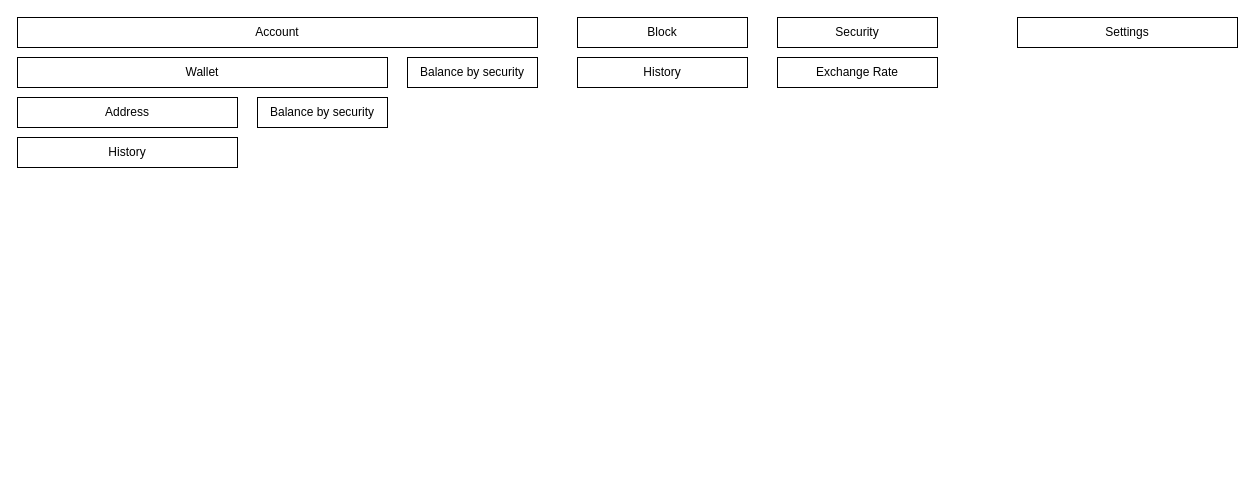
Above: raven_back/docs/diagrams/hierarchy.drawio in moontreeapp/moontree (draw.io), before the change. Source tidied: cells renumbered, new cells numbered last; positions are measured from the earlier drawing's top-left corner, leaving out a move shared by most shapes. Both pictures are drawn from the tidied source at 100%, with x=0, y=0 at pixel (17, 17).
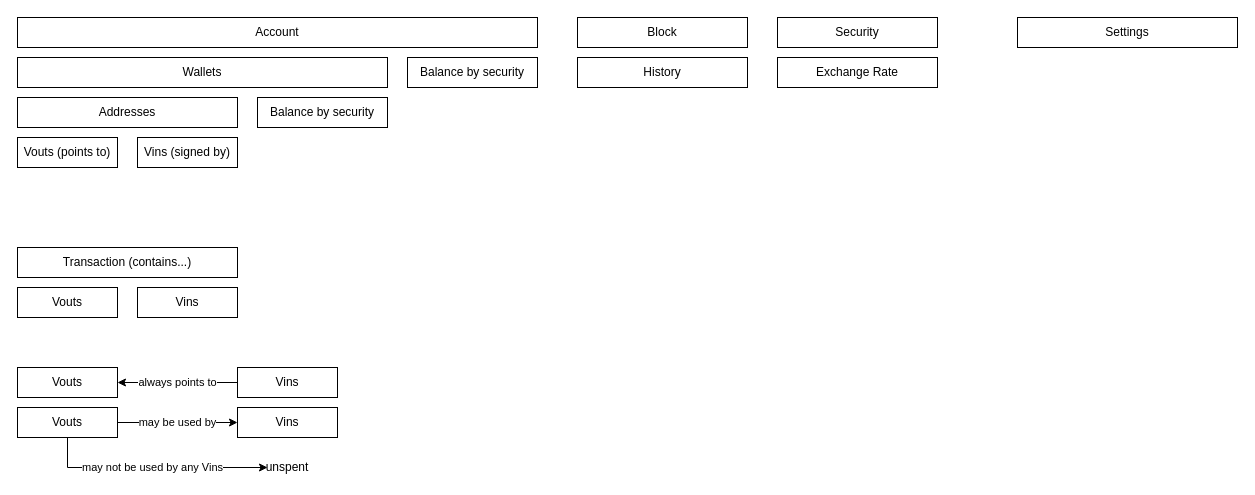
The same page after the edit.

What changed in the source:
```diff
@@
-    <mxCell id="3" value="Wallet" style="rounded=0;whiteSpace=wrap;html=1;" parent="1" vertex="1">
+    <mxCell id="3" value="Wallets" style="rounded=0;whiteSpace=wrap;html=1;" parent="1" vertex="1">
       <mxGeometry y="40" width="370" height="30" as="geometry" />
     </mxCell>
-    <mxCell id="4" value="Address" style="rounded=0;whiteSpace=wrap;html=1;" parent="1" vertex="1">
+    <mxCell id="4" value="Addresses" style="rounded=0;whiteSpace=wrap;html=1;" parent="1" vertex="1">
       <mxGeometry y="80" width="220" height="30" as="geometry" />
     </mxCell>
-    <mxCell id="5" value="History" style="rounded=0;whiteSpace=wrap;html=1;" parent="1" vertex="1">
-      <mxGeometry y="120" width="220" height="30" as="geometry" />
+    <mxCell id="5" value="Vouts (points to)" style="rounded=0;whiteSpace=wrap;html=1;" parent="1" vertex="1">
+      <mxGeometry y="120" width="100" height="30" as="geometry" />
     </mxCell>
@@
+    <mxCell id="13" value="Vins (signed by)" style="rounded=0;whiteSpace=wrap;html=1;" parent="1" vertex="1">
+      <mxGeometry x="120" y="120" width="100" height="30" as="geometry" />
+    </mxCell>
+    <mxCell id="14" value="Vouts" style="rounded=0;whiteSpace=wrap;html=1;" parent="1" vertex="1">
+      <mxGeometry y="270" width="100" height="30" as="geometry" />
+    </mxCell>
+    <mxCell id="15" value="Vins" style="rounded=0;whiteSpace=wrap;html=1;" parent="1" vertex="1">
+      <mxGeometry x="120" y="270" width="100" height="30" as="geometry" />
+    </mxCell>
+    <mxCell id="16" value="Transaction (contains...)" style="rounded=0;whiteSpace=wrap;html=1;" parent="1" vertex="1">
+      <mxGeometry y="230" width="220" height="30" as="geometry" />
+    </mxCell>
+    <mxCell id="17" value="always points to" style="edgeStyle=orthogonalEdgeStyle;rounded=0;jettySize=auto;html=1;" parent="1" edge="1" source="18" target="19">
+      <mxGeometry relative="1" as="geometry" />
+    </mxCell>
+    <mxCell id="18" value="Vins" style="rounded=0;whiteSpace=wrap;html=1;" parent="1" vertex="1">
+      <mxGeometry x="220" y="350" width="100" height="30" as="geometry" />
+    </mxCell>
+    <mxCell id="19" value="Vouts" style="rounded=0;whiteSpace=wrap;html=1;" parent="1" vertex="1">
+      <mxGeometry y="350" width="100" height="30" as="geometry" />
+    </mxCell>
+    <mxCell id="20" value="Vins" style="rounded=0;whiteSpace=wrap;html=1;" parent="1" vertex="1">
+      <mxGeometry x="220" y="390" width="100" height="30" as="geometry" />
+    </mxCell>
+    <mxCell id="21" value="may be used by" style="edgeStyle=orthogonalEdgeStyle;rounded=0;jettySize=auto;html=1;" parent="1" edge="1" source="23" target="20">
+      <mxGeometry relative="1" as="geometry" />
+    </mxCell>
+    <mxCell id="22" value="may not be used by any Vins" style="edgeStyle=orthogonalEdgeStyle;rounded=0;jettySize=auto;html=1;entryX=0;entryY=0.5;entryDx=0;entryDy=0;" parent="1" edge="1" source="23" target="24">
+      <mxGeometry relative="1" as="geometry">
+        <Array as="points">
+          <mxPoint x="50" y="450" />
+        </Array>
+      </mxGeometry>
+    </mxCell>
+    <mxCell id="23" value="Vouts" style="rounded=0;whiteSpace=wrap;html=1;" parent="1" vertex="1">
+      <mxGeometry y="390" width="100" height="30" as="geometry" />
+    </mxCell>
+    <mxCell id="24" value="unspent" style="text;html=1;strokeColor=none;fillColor=none;align=center;verticalAlign=middle;whiteSpace=wrap;rounded=0;" parent="1" vertex="1">
+      <mxGeometry x="250" y="440" width="40" height="20" as="geometry" />
+    </mxCell>
```
